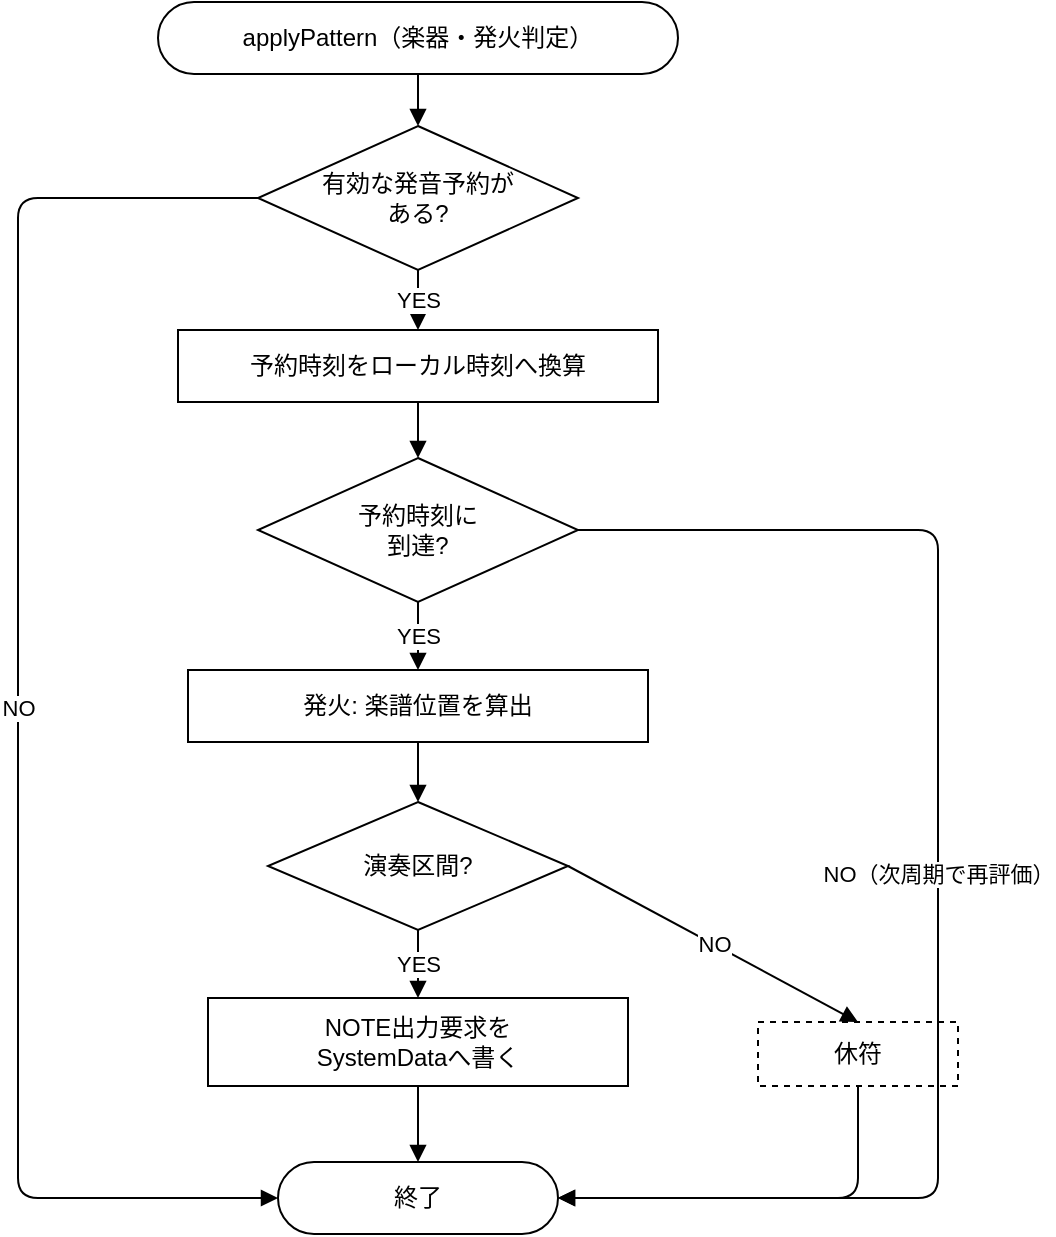
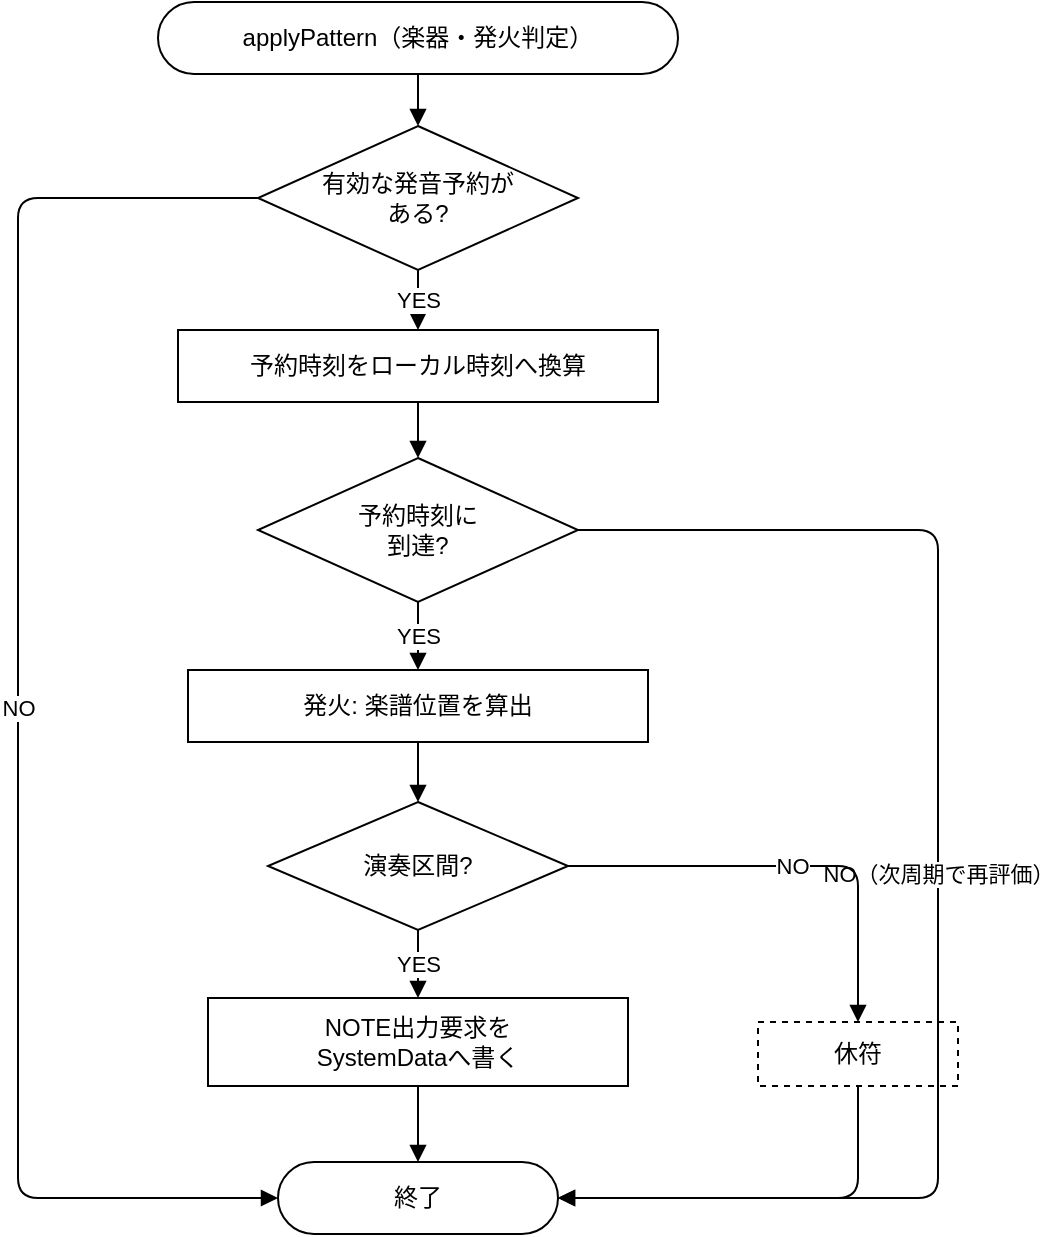
<mxfile host="Claude">
  <diagram id="flow-instrument-fire" name="楽器applyPattern">
    <mxGraphModel dx="660" dy="700" grid="0" gridSize="10" guides="1" tooltips="1" connect="1" arrows="1" fold="1" page="1" pageScale="1" pageWidth="660" pageHeight="700" math="0" shadow="0">
      <root>
        <mxCell id="0"/>
        <mxCell id="1" parent="0"/>
        <mxCell id="start" value="applyPattern（楽器・発火判定）" style="rounded=1;arcSize=50;whiteSpace=wrap;html=1;fillColor=#FFFFFF;strokeColor=#000000;fontSize=12;" vertex="1" parent="1"><mxGeometry x="170" y="20" width="260" height="36" as="geometry"/></mxCell>
        <mxCell id="d1" value="有効な発音予約が&lt;br&gt;ある?" style="rhombus;whiteSpace=wrap;html=1;fillColor=#FFFFFF;strokeColor=#000000;fontSize=12;" vertex="1" parent="1"><mxGeometry x="220" y="82" width="160" height="72" as="geometry"/></mxCell>
        <mxCell id="p1" value="予約時刻をローカル時刻へ換算" style="whiteSpace=wrap;html=1;fillColor=#FFFFFF;strokeColor=#000000;fontSize=12;" vertex="1" parent="1"><mxGeometry x="180" y="184" width="240" height="36" as="geometry"/></mxCell>
        <mxCell id="d2" value="予約時刻に&lt;br&gt;到達?" style="rhombus;whiteSpace=wrap;html=1;fillColor=#FFFFFF;strokeColor=#000000;fontSize=12;" vertex="1" parent="1"><mxGeometry x="220" y="248" width="160" height="72" as="geometry"/></mxCell>
        <mxCell id="p2" value="発火: 楽譜位置を算出" style="whiteSpace=wrap;html=1;fillColor=#FFFFFF;strokeColor=#000000;fontSize=12;" vertex="1" parent="1"><mxGeometry x="185" y="354" width="230" height="36" as="geometry"/></mxCell>
        <mxCell id="d3" value="演奏区間?" style="rhombus;whiteSpace=wrap;html=1;fillColor=#FFFFFF;strokeColor=#000000;fontSize=12;" vertex="1" parent="1"><mxGeometry x="225" y="420" width="150" height="64" as="geometry"/></mxCell>
        <mxCell id="p3" value="NOTE出力要求を&lt;br&gt;SystemDataへ書く" style="whiteSpace=wrap;html=1;fillColor=#FFFFFF;strokeColor=#000000;fontSize=12;" vertex="1" parent="1"><mxGeometry x="195" y="518" width="210" height="44" as="geometry"/></mxCell>
        <mxCell id="p4" value="休符" style="whiteSpace=wrap;html=1;fillColor=#FFFFFF;strokeColor=#000000;fontSize=12;dashed=1;" vertex="1" parent="1"><mxGeometry x="470" y="530" width="100" height="32" as="geometry"/></mxCell>
        <mxCell id="end" value="終了" style="rounded=1;arcSize=50;whiteSpace=wrap;html=1;fillColor=#FFFFFF;strokeColor=#000000;fontSize=12;" vertex="1" parent="1"><mxGeometry x="230" y="600" width="140" height="36" as="geometry"/></mxCell>
        <!-- Main vertical -->
        <mxCell id="f1" style="endArrow=block;endFill=1;html=1;strokeColor=#000000;strokeWidth=1;exitX=0.5;exitY=1;entryX=0.5;entryY=0;" edge="1" parent="1" source="start" target="d1"><mxGeometry relative="1" as="geometry"/></mxCell>
        <mxCell id="f2" value="YES" style="endArrow=block;endFill=1;html=1;strokeColor=#000000;strokeWidth=1;fontSize=11;exitX=0.5;exitY=1;entryX=0.5;entryY=0;" edge="1" parent="1" source="d1" target="p1"><mxGeometry relative="1" as="geometry"/></mxCell>
        <mxCell id="f4" style="endArrow=block;endFill=1;html=1;strokeColor=#000000;strokeWidth=1;exitX=0.5;exitY=1;entryX=0.5;entryY=0;" edge="1" parent="1" source="p1" target="d2"><mxGeometry relative="1" as="geometry"/></mxCell>
        <mxCell id="f5" value="YES" style="endArrow=block;endFill=1;html=1;strokeColor=#000000;strokeWidth=1;fontSize=11;exitX=0.5;exitY=1;entryX=0.5;entryY=0;" edge="1" parent="1" source="d2" target="p2"><mxGeometry relative="1" as="geometry"/></mxCell>
        <mxCell id="f7" style="endArrow=block;endFill=1;html=1;strokeColor=#000000;strokeWidth=1;exitX=0.5;exitY=1;entryX=0.5;entryY=0;" edge="1" parent="1" source="p2" target="d3"><mxGeometry relative="1" as="geometry"/></mxCell>
        <mxCell id="f8" value="YES" style="endArrow=block;endFill=1;html=1;strokeColor=#000000;strokeWidth=1;fontSize=11;exitX=0.5;exitY=1;entryX=0.5;entryY=0;" edge="1" parent="1" source="d3" target="p3"><mxGeometry relative="1" as="geometry"/></mxCell>
        <mxCell id="f10" style="endArrow=block;endFill=1;html=1;strokeColor=#000000;strokeWidth=1;exitX=0.5;exitY=1;entryX=0.5;entryY=0;" edge="1" parent="1" source="p3" target="end"><mxGeometry relative="1" as="geometry"/></mxCell>
        <!-- NO branches -->
        <mxCell id="f3" value="NO" style="endArrow=block;endFill=1;html=1;strokeColor=#000000;strokeWidth=1;fontSize=11;exitX=0;exitY=0.5;entryX=0;entryY=0.5;edgeStyle=orthogonalEdgeStyle;" edge="1" parent="1" source="d1" target="end"><mxGeometry relative="1" as="geometry"><Array as="points"><mxPoint x="100" y="118"/><mxPoint x="100" y="618"/></Array></mxGeometry></mxCell>
        <mxCell id="f6" value="NO（次周期で再評価）" style="endArrow=block;endFill=1;html=1;strokeColor=#000000;strokeWidth=1;fontSize=11;exitX=1;exitY=0.5;entryX=1;entryY=0.5;edgeStyle=orthogonalEdgeStyle;" edge="1" parent="1" source="d2" target="end"><mxGeometry relative="1" as="geometry"><Array as="points"><mxPoint x="560" y="284"/><mxPoint x="560" y="618"/></Array></mxGeometry></mxCell>
-         <mxCell id="f9" value="NO" style="endArrow=block;endFill=1;html=1;strokeColor=#000000;strokeWidth=1;fontSize=11;exitX=1;exitY=0.5;entryX=0.5;entryY=0;" edge="1" parent="1" source="d3" target="p4"><mxGeometry relative="1" as="geometry"/></mxCell>
+         <mxCell id="f9" value="NO" style="endArrow=block;endFill=1;html=1;strokeColor=#000000;strokeWidth=1;fontSize=11;exitX=1;exitY=0.5;entryX=0.5;entryY=0;edgeStyle=orthogonalEdgeStyle;" edge="1" parent="1" source="d3" target="p4"><mxGeometry relative="1" as="geometry"><Array as="points"><mxPoint x="520" y="452"/></Array></mxGeometry></mxCell>
        <mxCell id="f11" style="endArrow=block;endFill=1;html=1;strokeColor=#000000;strokeWidth=1;exitX=0.5;exitY=1;entryX=1;entryY=0.5;edgeStyle=orthogonalEdgeStyle;" edge="1" parent="1" source="p4" target="end"><mxGeometry relative="1" as="geometry"><Array as="points"><mxPoint x="520" y="618"/></Array></mxGeometry></mxCell>
      </root>
    </mxGraphModel>
  </diagram>
</mxfile>
